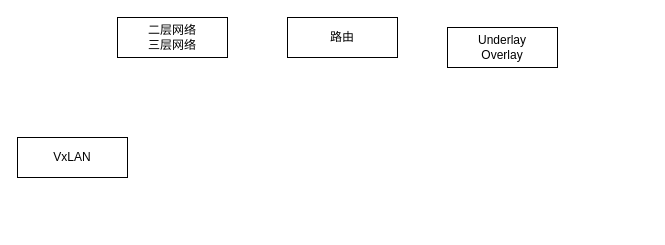
Earlier version of the draw.io diagram page "第 5 页" (6 of 14) of flows/流程图.drawio (godzilla-s/lightly-cni). Source tidied: cells renumbered, new cells numbered last; positions are measured from the earlier drawing's top-left corner, leaving out a move shared by most shapes. Both pictures are drawn from the tidied source at 100%, with x=0, y=0 at pixel (17, 17).
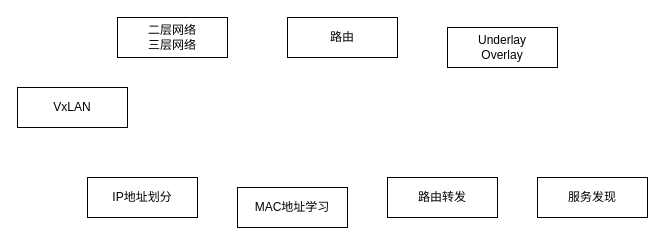
The same diagram, later.

Change to the diagram source:
```diff
@@
 <mxGraphModel>
   <root>
     <mxCell id="0" />
     <mxCell id="1" parent="0" />
     <mxCell id="2" value="二层网络&lt;div&gt;三层网络&lt;/div&gt;" style="rounded=0;whiteSpace=wrap;html=1;" parent="1" vertex="1">
       <mxGeometry x="100" width="110" height="40" as="geometry" />
     </mxCell>
     <mxCell id="3" value="路由" style="rounded=0;whiteSpace=wrap;html=1;" parent="1" vertex="1">
       <mxGeometry x="270" width="110" height="40" as="geometry" />
     </mxCell>
     <mxCell id="4" value="Underlay&lt;div&gt;Overlay&lt;/div&gt;" style="rounded=0;whiteSpace=wrap;html=1;" parent="1" vertex="1">
       <mxGeometry x="430" y="10" width="110" height="40" as="geometry" />
     </mxCell>
     <mxCell id="5" value="VxLAN" style="rounded=0;whiteSpace=wrap;html=1;" parent="1" vertex="1">
-      <mxGeometry y="120" width="110" height="40" as="geometry" />
+      <mxGeometry y="70" width="110" height="40" as="geometry" />
     </mxCell>
+    <mxCell id="6" value="IP地址划分" style="rounded=0;whiteSpace=wrap;html=1;" parent="1" vertex="1">
+      <mxGeometry x="70" y="160" width="110" height="40" as="geometry" />
+    </mxCell>
+    <mxCell id="7" value="MAC地址学习" style="rounded=0;whiteSpace=wrap;html=1;" parent="1" vertex="1">
+      <mxGeometry x="220" y="170" width="110" height="40" as="geometry" />
+    </mxCell>
+    <mxCell id="8" value="路由转发" style="rounded=0;whiteSpace=wrap;html=1;" parent="1" vertex="1">
+      <mxGeometry x="370" y="160" width="110" height="40" as="geometry" />
+    </mxCell>
+    <mxCell id="9" value="服务发现" style="rounded=0;whiteSpace=wrap;html=1;" parent="1" vertex="1">
+      <mxGeometry x="520" y="160" width="110" height="40" as="geometry" />
+    </mxCell>
   </root>
 </mxGraphModel>
```
